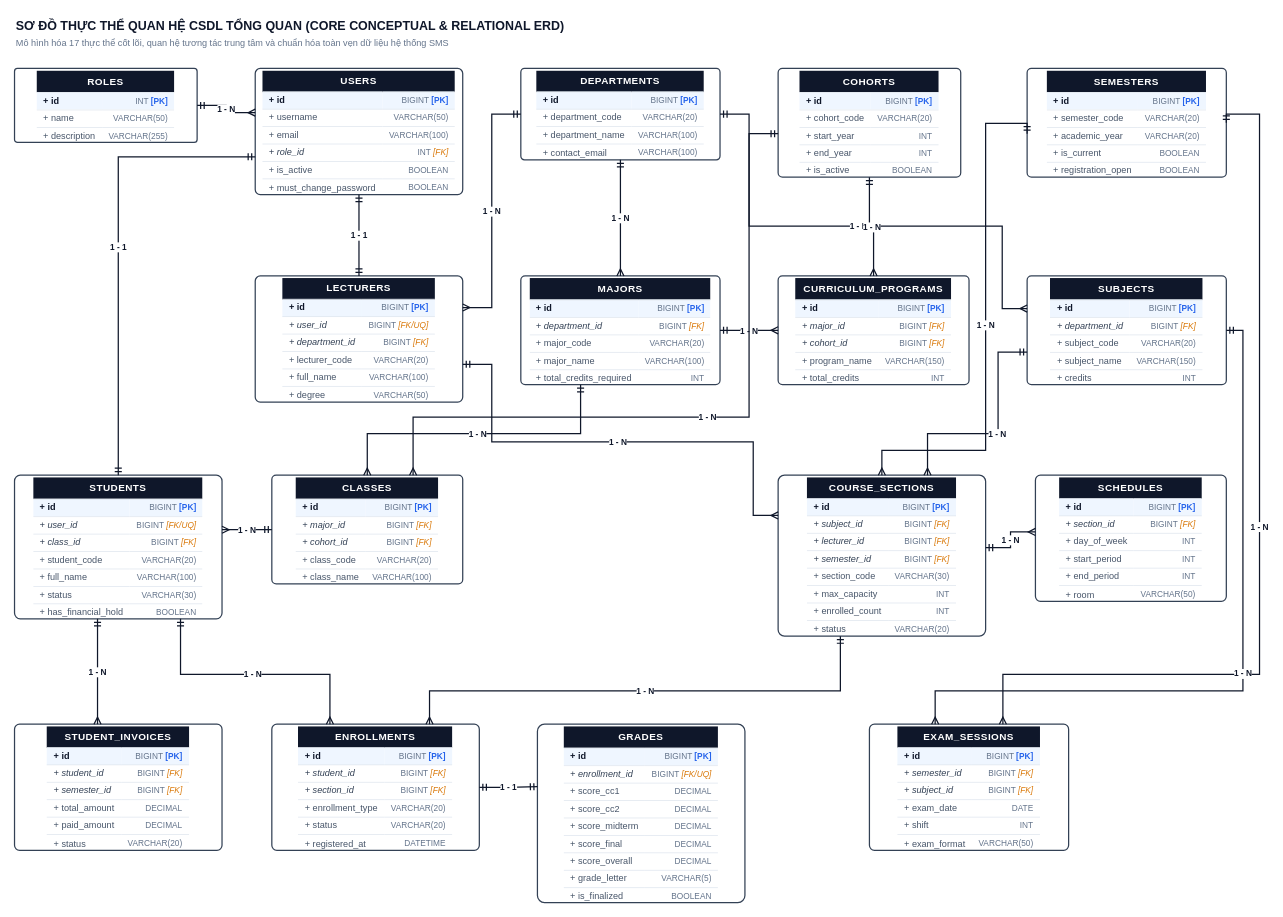
Before: page "1. Sơ đồ ERD Tổng quan Thực thể Cốt lõi" (1 of 8) of drawio/ERD_Diagrams.drawio in DevMarkie/DoAnChuyenNganh, a draw.io diagram. Source tidied: cells renumbered, new cells numbered last; positions are measured from the earlier drawing's top-left corner, leaving out a move shared by most shapes. Both pictures are drawn from the tidied source at 83%, with x=0, y=0 at pixel (14, 14).
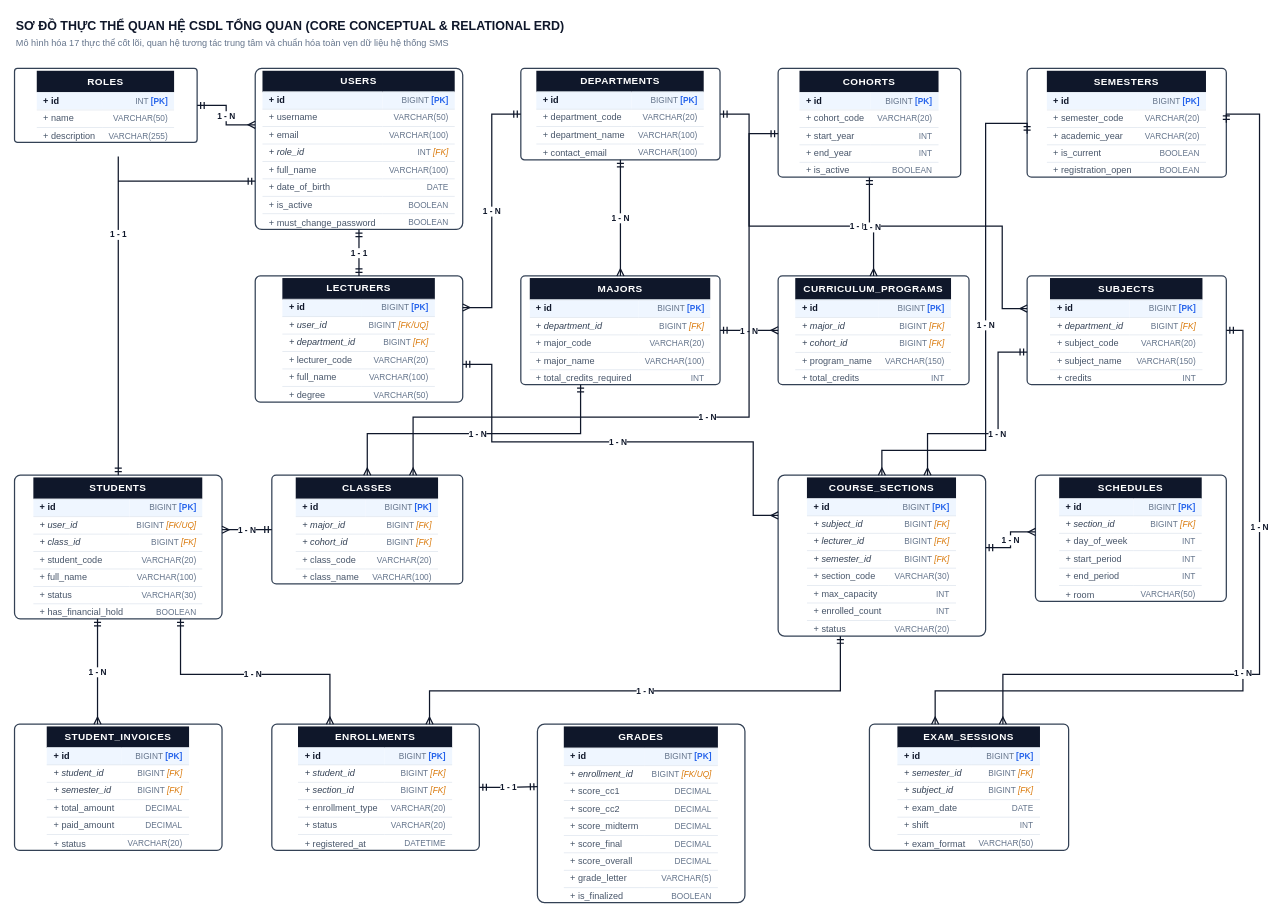
Above is the later version.

The edit, as a diff of the source:
```diff
@@
-    <mxCell id="5" value="&lt;table style=&quot;width:100%; border-collapse:collapse; font-family:Arial,Helvetica,sans-serif; font-size:11px; margin:0; padding:0;&quot;&gt;&lt;tr style=&quot;background:#0f172a; color:#ffffff; height:26px;&quot;&gt;&lt;td colspan=&quot;2&quot; align=&quot;center&quot; style=&quot;font-weight:bold; font-size:12px; letter-spacing:0.5px;&quot;&gt;USERS&lt;/td&gt;&lt;/tr&gt;&lt;tr style=&quot;background:#eff6ff; height:21px; border-top:1px solid #e2e8f0;&quot;&gt;&lt;td style=&quot;padding:2px 8px; text-align:left; font-weight:bold; color:#0f172a;&quot;&gt;+ id&lt;/td&gt;&lt;td style=&quot;padding:2px 8px; text-align:right; color:#64748b; font-size:10px;&quot;&gt;BIGINT &lt;b style=&quot;color:#2563eb;&quot;&gt;[PK]&lt;/b&gt;&lt;/td&gt;&lt;/tr&gt;&lt;tr style=&quot;background:#ffffff; height:21px; border-top:1px solid #e2e8f0;&quot;&gt;&lt;td style=&quot;padding:2px 8px; text-align:left; color:#475569;&quot;&gt;+ username&lt;/td&gt;&lt;td style=&quot;padding:2px 8px; text-align:right; color:#64748b; font-size:10px;&quot;&gt;VARCHAR(50)&lt;/td&gt;&lt;/tr&gt;&lt;tr style=&quot;background:#ffffff; height:21px; border-top:1px solid #e2e8f0;&quot;&gt;&lt;td style=&quot;padding:2px 8px; text-align:left; color:#475569;&quot;&gt;+ email&lt;/td&gt;&lt;td style=&quot;padding:2px 8px; text-align:right; color:#64748b; font-size:10px;&quot;&gt;VARCHAR(100)&lt;/td&gt;&lt;/tr&gt;&lt;tr style=&quot;background:#ffffff; height:21px; border-top:1px solid #e2e8f0;&quot;&gt;&lt;td style=&quot;padding:2px 8px; text-align:left; font-style:italic; color:#334155;&quot;&gt;+ role_id&lt;/td&gt;&lt;td style=&quot;padding:2px 8px; text-align:right; color:#64748b; font-size:10px;&quot;&gt;INT &lt;i style=&quot;color:#d97706;&quot;&gt;[FK]&lt;/i&gt;&lt;/td&gt;&lt;/tr&gt;&lt;tr style=&quot;background:#ffffff; height:21px; border-top:1px solid #e2e8f0;&quot;&gt;&lt;td style=&quot;padding:2px 8px; text-align:left; color:#475569;&quot;&gt;+ is_active&lt;/td&gt;&lt;td style=&quot;padding:2px 8px; text-align:right; color:#64748b; font-size:10px;&quot;&gt;BOOLEAN&lt;/td&gt;&lt;/tr&gt;&lt;tr style=&quot;background:#ffffff; height:21px; border-top:1px solid #e2e8f0;&quot;&gt;&lt;td style=&quot;padding:2px 8px; text-align:left; color:#475569;&quot;&gt;+ must_change_password&lt;/td&gt;&lt;td style=&quot;padding:2px 8px; text-align:right; color:#64748b; font-size:10px;&quot;&gt;BOOLEAN&lt;/td&gt;&lt;/tr&gt;&lt;/table&gt;" style="rounded=1;arcSize=4;strokeColor=#334155;strokeWidth=1.5;fillColor=#ffffff;html=1;overflow=hidden;whiteSpace=wrap;" parent="1" vertex="1">
-      <mxGeometry x="290" y="65" width="250" height="152" as="geometry" />
+    <mxCell id="5" value="&lt;table style=&quot;width:100%; border-collapse:collapse; font-family:Arial,Helvetica,sans-serif; font-size:11px; margin:0; padding:0;&quot;&gt;&lt;tr style=&quot;background:#0f172a; color:#ffffff; height:26px;&quot;&gt;&lt;td colspan=&quot;2&quot; align=&quot;center&quot; style=&quot;font-weight:bold; font-size:12px; letter-spacing:0.5px;&quot;&gt;USERS&lt;/td&gt;&lt;/tr&gt;&lt;tr style=&quot;background:#eff6ff; height:21px; border-top:1px solid #e2e8f0;&quot;&gt;&lt;td style=&quot;padding:2px 8px; text-align:left; font-weight:bold; color:#0f172a;&quot;&gt;+ id&lt;/td&gt;&lt;td style=&quot;padding:2px 8px; text-align:right; color:#64748b; font-size:10px;&quot;&gt;BIGINT &lt;b style=&quot;color:#2563eb;&quot;&gt;[PK]&lt;/b&gt;&lt;/td&gt;&lt;/tr&gt;&lt;tr style=&quot;background:#ffffff; height:21px; border-top:1px solid #e2e8f0;&quot;&gt;&lt;td style=&quot;padding:2px 8px; text-align:left; color:#475569;&quot;&gt;+ username&lt;/td&gt;&lt;td style=&quot;padding:2px 8px; text-align:right; color:#64748b; font-size:10px;&quot;&gt;VARCHAR(50)&lt;/td&gt;&lt;/tr&gt;&lt;tr style=&quot;background:#ffffff; height:21px; border-top:1px solid #e2e8f0;&quot;&gt;&lt;td style=&quot;padding:2px 8px; text-align:left; color:#475569;&quot;&gt;+ email&lt;/td&gt;&lt;td style=&quot;padding:2px 8px; text-align:right; color:#64748b; font-size:10px;&quot;&gt;VARCHAR(100)&lt;/td&gt;&lt;/tr&gt;&lt;tr style=&quot;background:#ffffff; height:21px; border-top:1px solid #e2e8f0;&quot;&gt;&lt;td style=&quot;padding:2px 8px; text-align:left; font-style:italic; color:#334155;&quot;&gt;+ role_id&lt;/td&gt;&lt;td style=&quot;padding:2px 8px; text-align:right; color:#64748b; font-size:10px;&quot;&gt;INT &lt;i style=&quot;color:#d97706;&quot;&gt;[FK]&lt;/i&gt;&lt;/td&gt;&lt;/tr&gt;&lt;tr style=&quot;background:#ffffff; height:21px; border-top:1px solid #e2e8f0;&quot;&gt;&lt;td style=&quot;padding:2px 8px; text-align:left; color:#475569;&quot;&gt;+ full_name&lt;/td&gt;&lt;td style=&quot;padding:2px 8px; text-align:right; color:#64748b; font-size:10px;&quot;&gt;VARCHAR(100)&lt;/td&gt;&lt;/tr&gt;&lt;tr style=&quot;background:#ffffff; height:21px; border-top:1px solid #e2e8f0;&quot;&gt;&lt;td style=&quot;padding:2px 8px; text-align:left; color:#475569;&quot;&gt;+ date_of_birth&lt;/td&gt;&lt;td style=&quot;padding:2px 8px; text-align:right; color:#64748b; font-size:10px;&quot;&gt;DATE&lt;/td&gt;&lt;/tr&gt;&lt;tr style=&quot;background:#ffffff; height:21px; border-top:1px solid #e2e8f0;&quot;&gt;&lt;td style=&quot;padding:2px 8px; text-align:left; color:#475569;&quot;&gt;+ is_active&lt;/td&gt;&lt;td style=&quot;padding:2px 8px; text-align:right; color:#64748b; font-size:10px;&quot;&gt;BOOLEAN&lt;/td&gt;&lt;/tr&gt;&lt;tr style=&quot;background:#ffffff; height:21px; border-top:1px solid #e2e8f0;&quot;&gt;&lt;td style=&quot;padding:2px 8px; text-align:left; color:#475569;&quot;&gt;+ must_change_password&lt;/td&gt;&lt;td style=&quot;padding:2px 8px; text-align:right; color:#64748b; font-size:10px;&quot;&gt;BOOLEAN&lt;/td&gt;&lt;/tr&gt;&lt;/table&gt;" style="rounded=1;arcSize=4;strokeColor=#334155;strokeWidth=1.5;fillColor=#ffffff;html=1;overflow=hidden;whiteSpace=wrap;" parent="1" vertex="1">
+      <mxGeometry x="290" y="65" width="250" height="194" as="geometry" />
     </mxCell>
```
